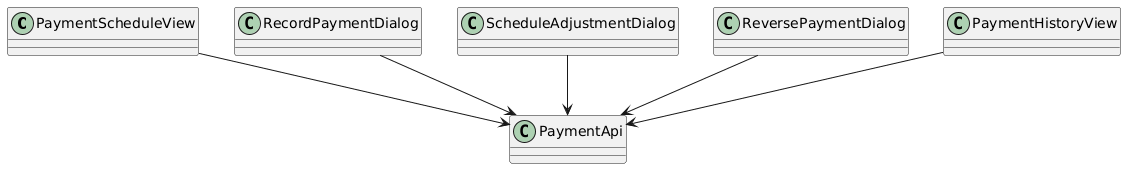
Above: docs/detailed-designs/diagrams/rendered/fe_class_payment.png in QuinntyneBrown/LendQ (PlantUML), before the change.
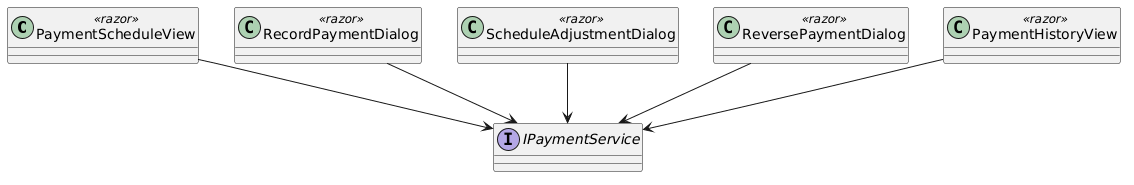
The same file after the commit.

The edit, as a diff of the source:
```diff
@@ -1,15 +1,15 @@
 @startuml
 skinparam classAttributeIconSize 0
-class PaymentScheduleView
-class RecordPaymentDialog
-class ScheduleAdjustmentDialog
-class ReversePaymentDialog
-class PaymentHistoryView
-class PaymentApi
+class PaymentScheduleView <<razor>>
+class RecordPaymentDialog <<razor>>
+class ScheduleAdjustmentDialog <<razor>>
+class ReversePaymentDialog <<razor>>
+class PaymentHistoryView <<razor>>
+interface IPaymentService
 
-PaymentScheduleView --> PaymentApi
-RecordPaymentDialog --> PaymentApi
-ScheduleAdjustmentDialog --> PaymentApi
-ReversePaymentDialog --> PaymentApi
-PaymentHistoryView --> PaymentApi
+PaymentScheduleView --> IPaymentService
+RecordPaymentDialog --> IPaymentService
+ScheduleAdjustmentDialog --> IPaymentService
+ReversePaymentDialog --> IPaymentService
+PaymentHistoryView --> IPaymentService
 @enduml
```
